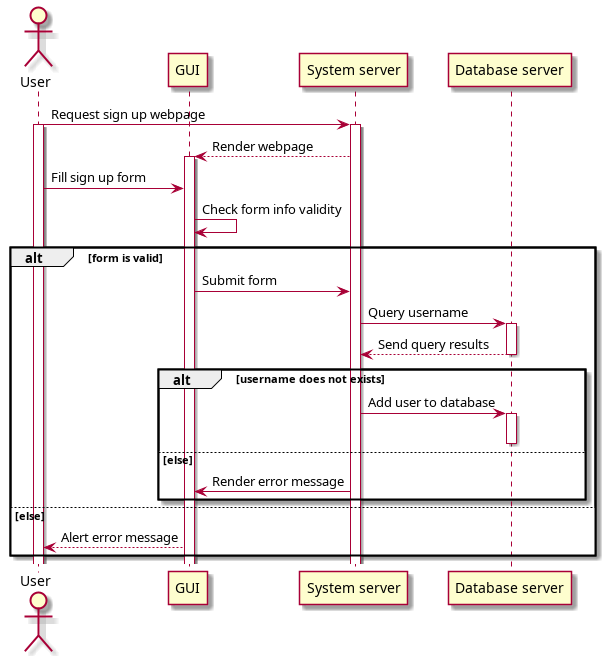
The PlantUML diagram rapport/uml/images/sequence/register_user.png in techguyseli/touristy, before a commit. The source it was exported from:
```plantuml
@startuml register_user
actor User as usr
participant "GUI" as fr
participant "System server" as sys
participant "Database server" as db
usr -> sys : Request sign up webpage
activate usr
activate sys
sys --> fr : Render webpage
activate fr
usr -> fr : Fill sign up form
fr -> fr : Check form info validity
alt form is valid
    fr -> sys : Submit form
    sys -> db : Query username
    activate db
    db --> sys : Send query results
    deactivate db
    alt username does not exists
        sys -> db : Add user to database
        activate db
        deactivate db
    else else
        sys -> fr : Render error message
    end
else else
    fr --> usr : Alert error message
end
@enduml
```
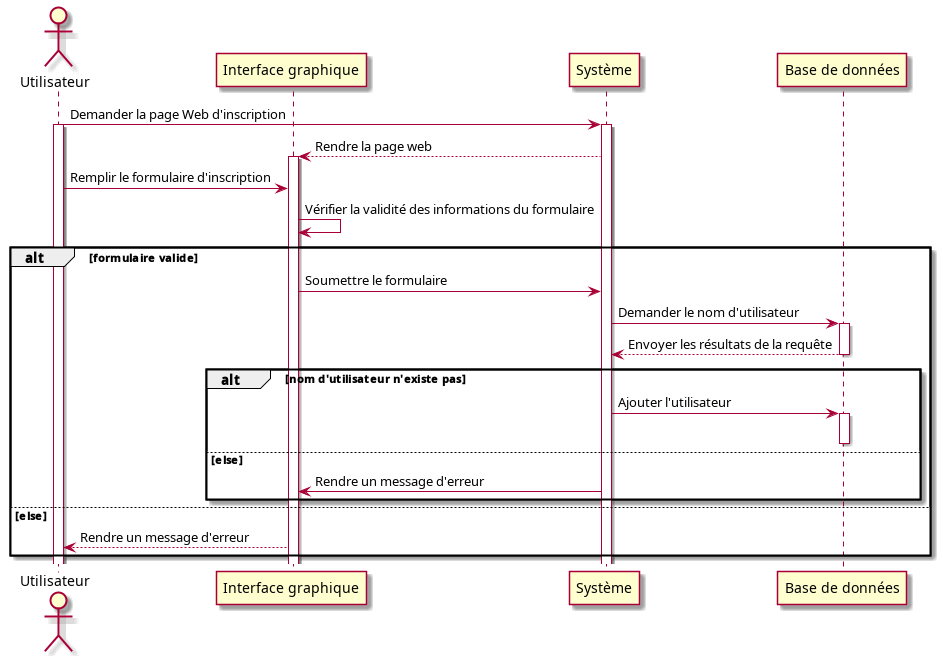
The same file after the commit.

What changed in the source:
```diff
@@ -1,29 +1,29 @@
 @startuml register_user
-actor User as usr
-participant "GUI" as fr
-participant "System server" as sys
-participant "Database server" as db
-usr -> sys : Request sign up webpage
+actor Utilisateur as usr
+participant "Interface graphique" as fr
+participant "Système" as sys
+participant "Base de données" as db
+usr -> sys : Demander la page Web d'inscription
 activate usr
 activate sys
-sys --> fr : Render webpage
+sys --> fr : Rendre la page web
 activate fr
-usr -> fr : Fill sign up form
-fr -> fr : Check form info validity
-alt form is valid
-    fr -> sys : Submit form
-    sys -> db : Query username
+usr -> fr :Remplir le formulaire d'inscription
+fr -> fr : Vérifier la validité des informations du formulaire
+alt formulaire valide
+    fr -> sys : Soumettre le formulaire
+    sys -> db : Demander le nom d'utilisateur
     activate db
-    db --> sys : Send query results
+    db --> sys : Envoyer les résultats de la requête
     deactivate db
-    alt username does not exists
-        sys -> db : Add user to database
+    alt nom d'utilisateur n'existe pas
+        sys -> db : Ajouter l'utilisateur
         activate db
         deactivate db
     else else
-        sys -> fr : Render error message
+        sys -> fr : Rendre un message d'erreur
     end
 else else
-    fr --> usr : Alert error message
+    fr --> usr : Rendre un message d'erreur
 end
 @enduml
```
